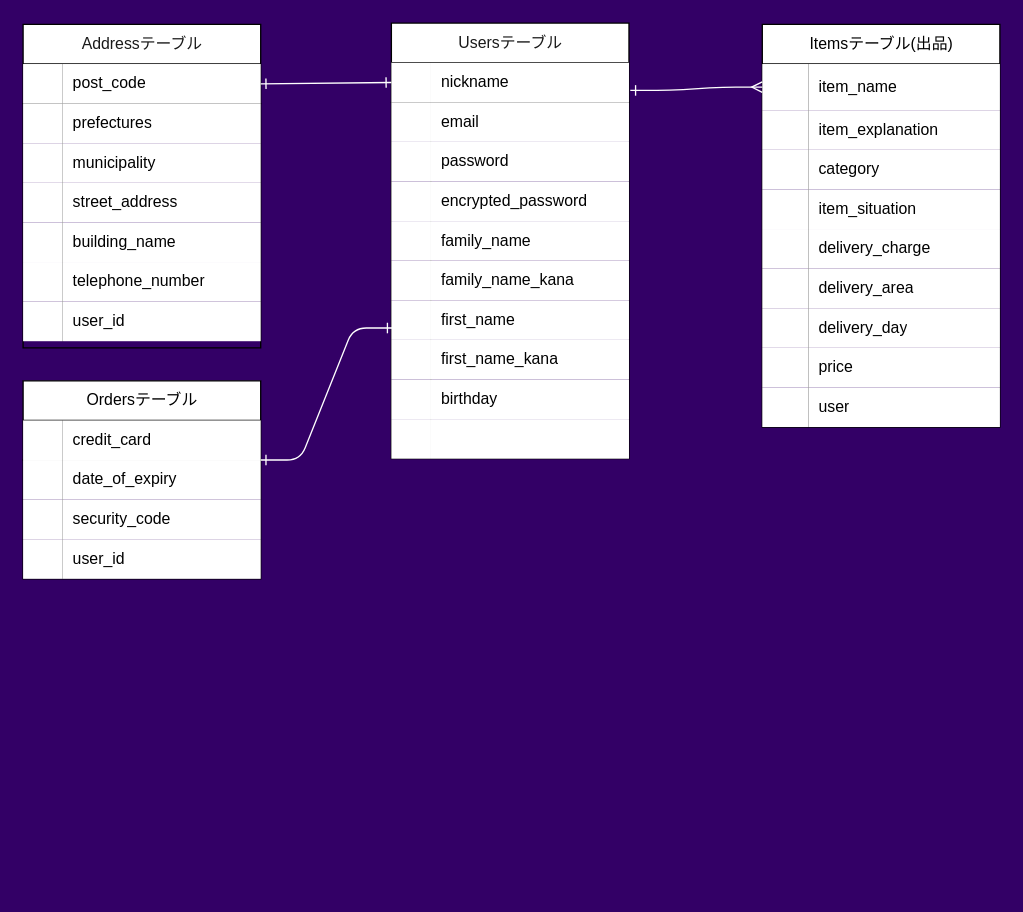
The draw.io diagram page "ページ1" (1 of 2) of test.dio in shiyukina01161125/furima-39776, before the edit. Source tidied: cells renumbered, new cells numbered last; positions are measured from the earlier drawing's top-left corner, leaving out a move shared by most shapes. Both pictures are drawn from the tidied source at 132%, with x=0, y=0 at pixel (22, 22).
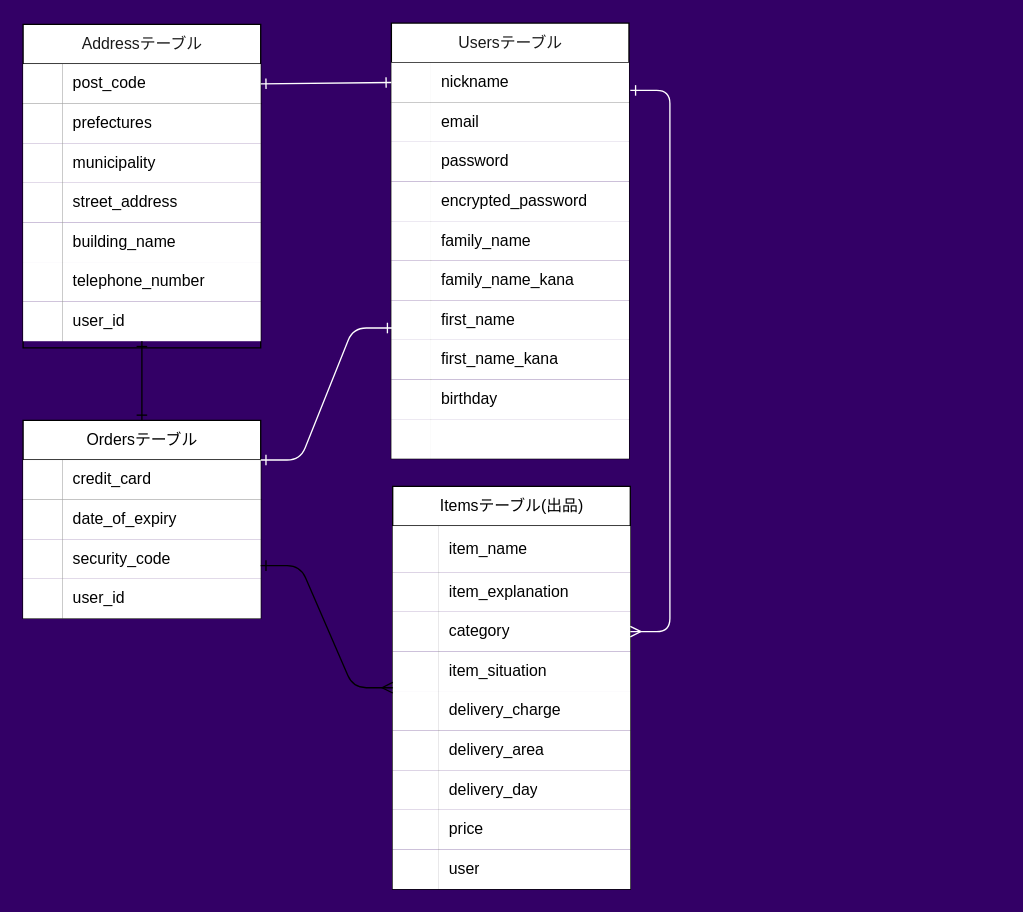
Above is the later version.

Commit message (it also covers changes not shown here):
データベース設計レビュー修正②

Unchanged cells that the change refers to:
```xml
<mxCell id="21" style="shape=tableRow;horizontal=0;startSize=0;swimlaneHead=0;swimlaneBody=0;fillColor=none;points=[[0,0.5],[1,0.5]];portConstraint=eastwest;top=0;left=0;right=0;bottom=0;rounded=0;strokeColor=#000000;fontFamily=Helvetica;fontSize=12;fontColor=#000000;html=1;" parent="2" vertex="1">
  <mxGeometry y="210" width="180" height="30" as="geometry" />
</mxCell>
<mxCell id="56" style="shape=tableRow;horizontal=0;startSize=0;swimlaneHead=0;swimlaneBody=0;fillColor=none;points=[[0,0.5],[1,0.5]];portConstraint=eastwest;top=0;left=0;right=0;bottom=0;rounded=0;strokeColor=#000000;fontFamily=Helvetica;fontSize=12;fontColor=#000000;html=1;" parent="55" vertex="1">
  <mxGeometry y="30" width="180" height="35" as="geometry" />
</mxCell>
<mxCell id="62" style="shape=tableRow;horizontal=0;startSize=0;swimlaneHead=0;swimlaneBody=0;fillColor=none;points=[[0,0.5],[1,0.5]];portConstraint=eastwest;top=0;left=0;right=0;bottom=0;rounded=0;strokeColor=#000000;fontFamily=Helvetica;fontSize=12;fontColor=#000000;html=1;" parent="55" vertex="1">
  <mxGeometry y="95" width="180" height="30" as="geometry" />
</mxCell>
```

The edit, as a diff of the source:
```diff
@@
     <mxCell id="55" value="&lt;span style=&quot;font-weight: 400;&quot;&gt;Itemsテーブル(出品)&lt;/span&gt;" style="shape=table;startSize=30;childLayout=tableLayout;rowLines=0;fontStyle=1;align=center;rounded=0;strokeColor=#000000;fontFamily=Helvetica;fontSize=12;fontColor=#000000;fillColor=#FFFFFF;gradientColor=none;html=1;fillStyle=auto;" parent="1" vertex="1">
-      <mxGeometry x="560" y="1" width="180" height="305" as="geometry" />
+      <mxGeometry x="280" y="351" width="180" height="305" as="geometry" />
     </mxCell>
@@
     <mxCell id="83" value="&lt;span style=&quot;font-weight: 400;&quot;&gt;Ordersテーブル&lt;/span&gt;" style="shape=table;startSize=30;childLayout=tableLayout;rowLines=0;fontStyle=1;align=center;rounded=0;strokeColor=#000000;fontFamily=Helvetica;fontSize=12;fontColor=#000000;fillColor=#FFFFFF;gradientColor=none;html=1;fillStyle=auto;" parent="1" vertex="1">
-      <mxGeometry y="271" width="180" height="150" as="geometry" />
+      <mxGeometry y="301" width="180" height="150" as="geometry" />
     </mxCell>
@@
-    <mxCell id="98" style="edgeStyle=entityRelationEdgeStyle;fontSize=12;html=1;endArrow=ERmany;strokeColor=#FFFFFF;fontFamily=Helvetica;fontColor=#000000;jumpSize=10;entryX=0;entryY=0.5;entryDx=0;entryDy=0;startArrow=ERone;startFill=0;" parent="1" edge="1" target="56">
+    <mxCell id="98" style="edgeStyle=entityRelationEdgeStyle;fontSize=12;html=1;endArrow=ERmany;strokeColor=#FFFFFF;fontFamily=Helvetica;fontColor=#000000;jumpSize=10;startArrow=ERone;startFill=0;" parent="1" edge="1" target="62">
       <mxGeometry relative="1" as="geometry">
         <mxPoint x="460" y="51" as="sourcePoint" />
       </mxGeometry>
     </mxCell>
+    <mxCell id="99" style="edgeStyle=entityRelationEdgeStyle;fontSize=12;html=1;endArrow=ERmany;entryX=0;entryY=0.5;entryDx=0;entryDy=0;startArrow=ERone;startFill=0;" parent="1" edge="1" target="55">
+      <mxGeometry relative="1" as="geometry">
+        <mxPoint x="180" y="411" as="sourcePoint" />
+      </mxGeometry>
+    </mxCell>
+    <mxCell id="100" style="endArrow=ERone;html=1;rounded=0;entryX=0.5;entryY=1;entryDx=0;entryDy=0;entryPerimeter=0;startArrow=ERone;startFill=0;endFill=0;" parent="1" edge="1" target="21">
+      <mxGeometry relative="1" as="geometry">
+        <mxPoint x="90" y="301" as="sourcePoint" />
+      </mxGeometry>
+    </mxCell>
```
